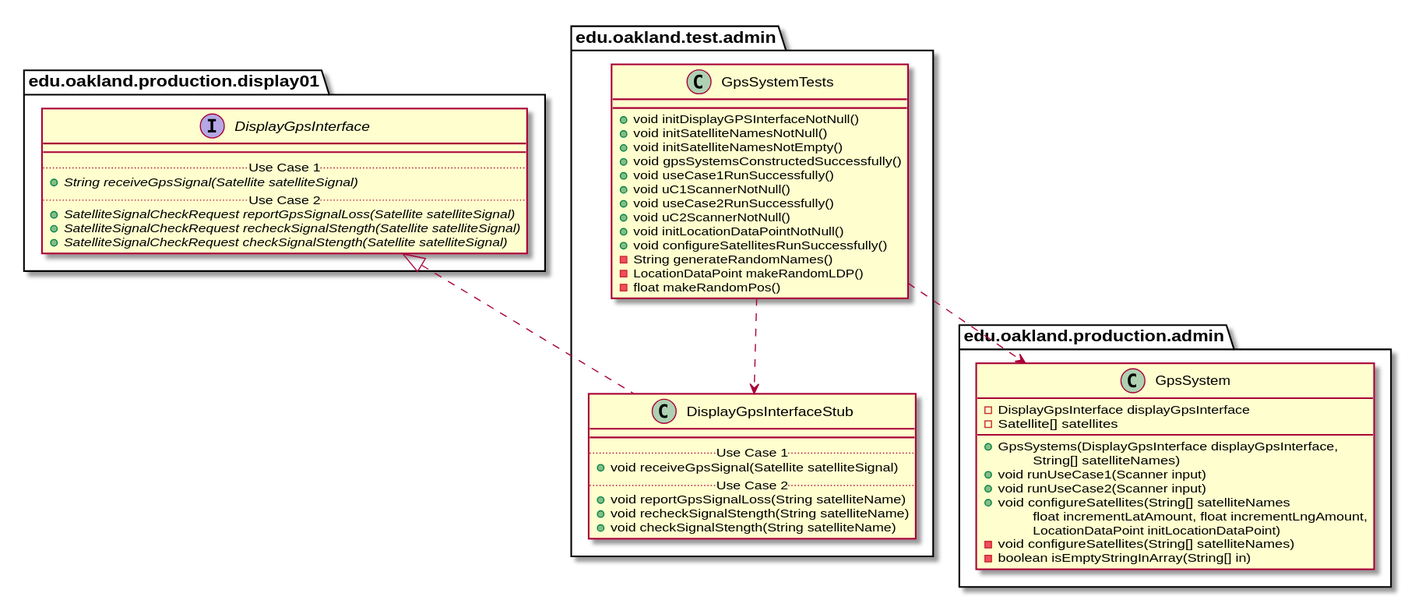
Above: docs/uml-class-diagrams/admin/test/GpsSystemTests/GpsSystemTests_Closure.svg in andrewdimmer/csi-3370-software-project (PlantUML), before the change.
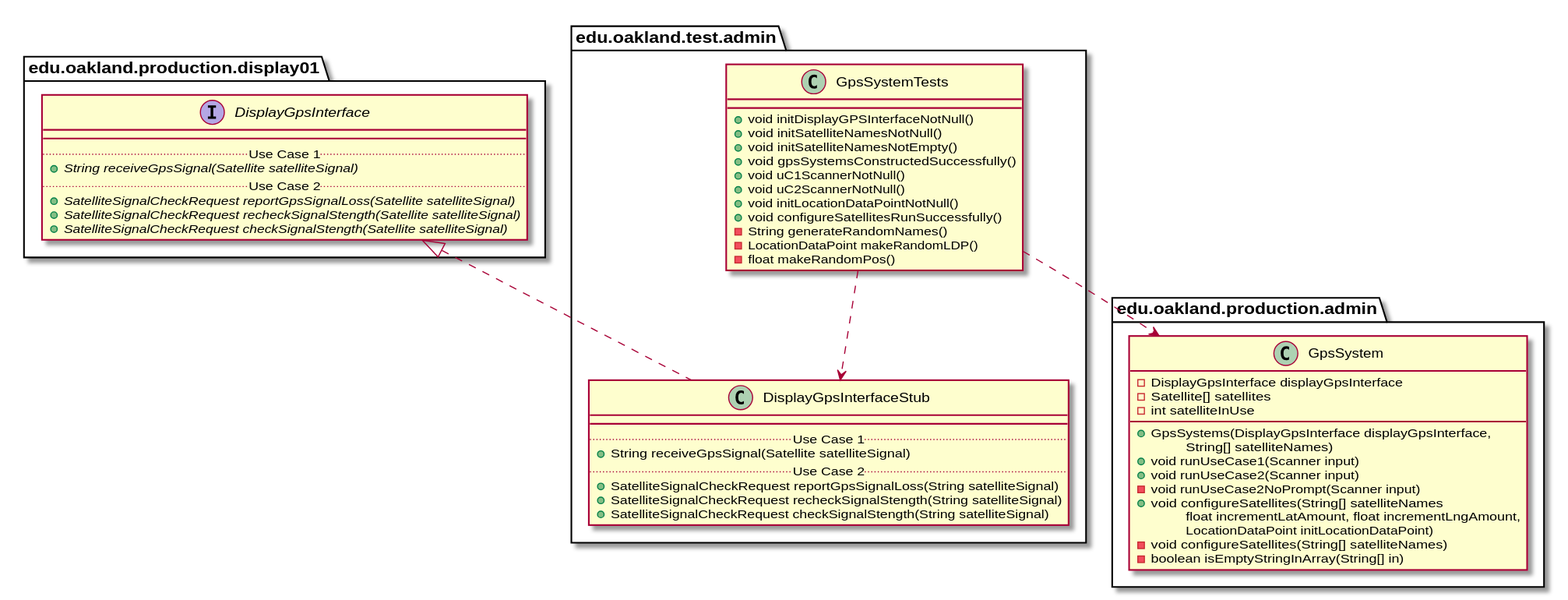
The same file after the commit.

Diff of the diagram source:
```diff
@@ -7,9 +7,7 @@
         + void initSatelliteNamesNotNull()
         + void initSatelliteNamesNotEmpty()
         + void gpsSystemsConstructedSuccessfully()
-        + void useCase1RunSuccessfully()
         + void uC1ScannerNotNull()
-        + void useCase2RunSuccessfully()
         + void uC2ScannerNotNull()
         + void initLocationDataPointNotNull()
         + void configureSatellitesRunSuccessfully()
@@ -26,11 +24,11 @@
     class DisplayGpsInterfaceStub {
         __
         .. Use Case 1 ..
-        + void receiveGpsSignal(Satellite satelliteSignal)
+        + String receiveGpsSignal(Satellite satelliteSignal)
         .. Use Case 2 ..
-        + void reportGpsSignalLoss(String satelliteName)
-        + void recheckSignalStength(String satelliteName)
-        + void checkSignalStength(String satelliteName)
+        + SatelliteSignalCheckRequest reportGpsSignalLoss(String satelliteSignal)
+        + SatelliteSignalCheckRequest recheckSignalStength(String satelliteSignal)
+        + SatelliteSignalCheckRequest checkSignalStength(String satelliteSignal)
     }
 }
 
@@ -66,11 +64,13 @@
     class GpsSystem {
         - DisplayGpsInterface displayGpsInterface
         - Satellite[] satellites
+        - int satelliteInUse
         __
         + GpsSystems(DisplayGpsInterface displayGpsInterface,
         \tString[] satelliteNames)
         + void runUseCase1(Scanner input)
         + void runUseCase2(Scanner input)
+        - void runUseCase2NoPrompt(Scanner input)
         + void configureSatellites(String[] satelliteNames
         \tfloat incrementLatAmount, float incrementLngAmount,
         \tLocationDataPoint initLocationDataPoint)
```
